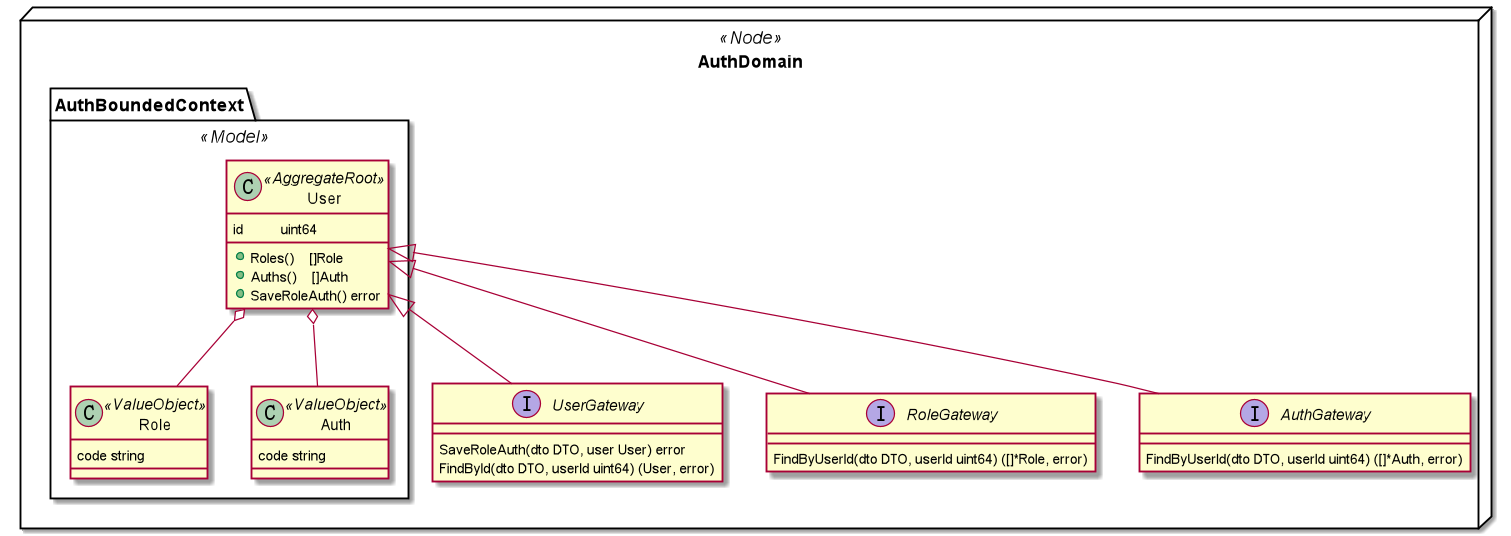
Earlier version of the PlantUML export doc/auth-domain.png (zhanjunjie2019/colago).
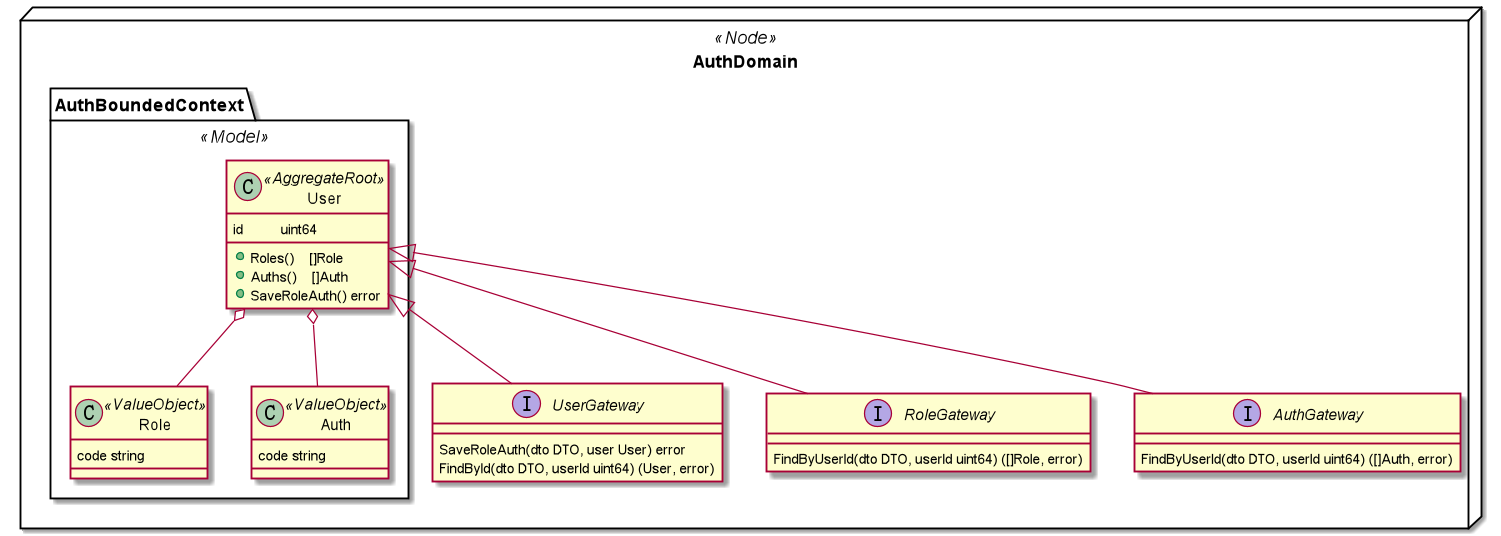
After the commit.

The edit, as a diff of the source:
```diff
@@ -24,10 +24,10 @@
     	FindById(dto DTO, userId uint64) (User, error)
     }
     interface RoleGateway{
-        FindByUserId(dto DTO, userId uint64) ([]*Role, error)
+        FindByUserId(dto DTO, userId uint64) ([]Role, error)
     }
     interface AuthGateway{
-        FindByUserId(dto DTO, userId uint64) ([]*Auth, error)
+        FindByUserId(dto DTO, userId uint64) ([]Auth, error)
     }
 }
 @enduml
```
